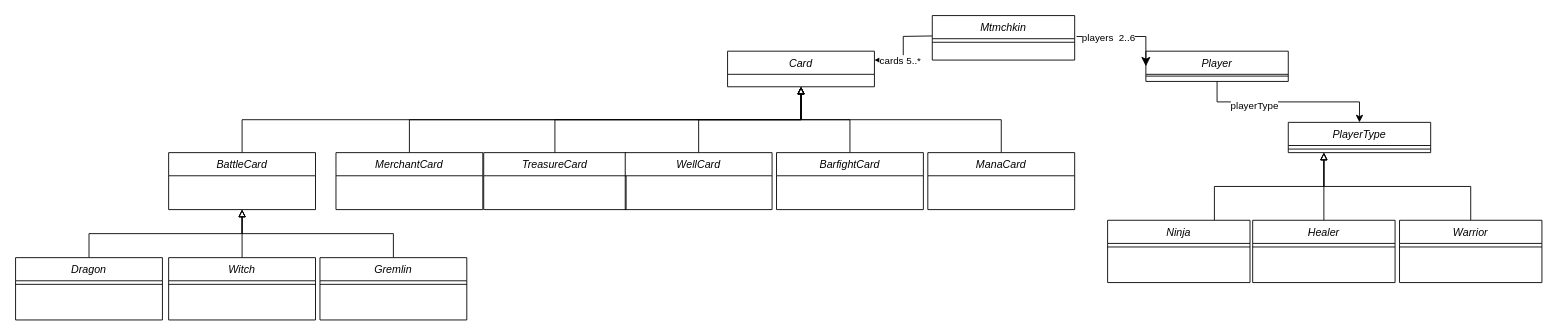
Above: HW4_UML.drawio in bahat/ex4 (draw.io), before the change. Source tidied: cells renumbered, new cells numbered last; positions are measured from the earlier drawing's top-left corner, leaving out a move shared by most shapes. Both pictures are drawn from the tidied source at 89%, with x=0, y=0 at pixel (15, 15).
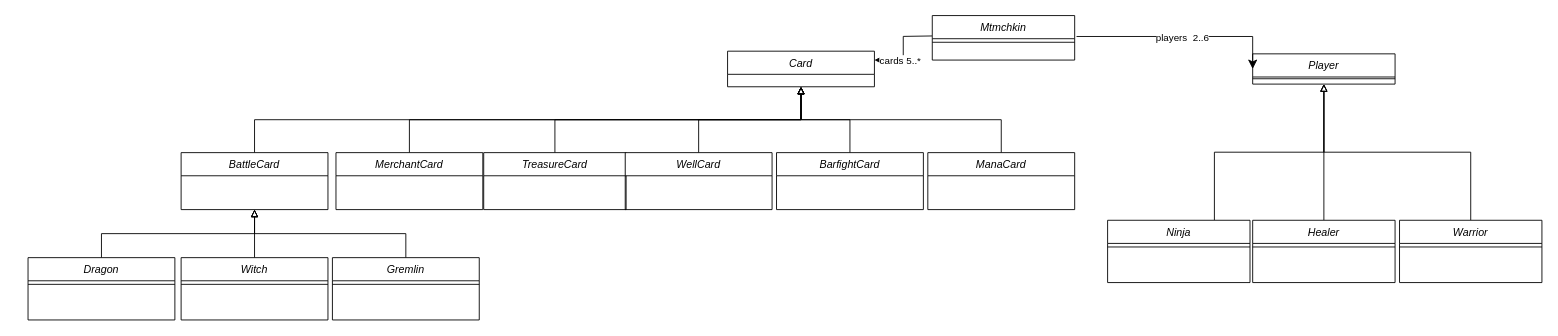
The same diagram, later.

The change refers to these unchanged cells:
```xml
<mxCell id="11" value="Ninja" style="swimlane;fontStyle=2;align=center;verticalAlign=top;horizontal=1;startSize=26;rounded=0;shadow=0;strokeWidth=1;" parent="1" vertex="1">
  <mxGeometry x="1227" y="230" width="160" height="70" as="geometry" />
</mxCell>
<mxCell id="14" value="Healer" style="swimlane;fontStyle=2;align=center;verticalAlign=top;horizontal=1;startSize=26;rounded=0;shadow=0;strokeWidth=1;" parent="1" vertex="1">
  <mxGeometry x="1390" y="230" width="160" height="70" as="geometry" />
</mxCell>
<mxCell id="17" value="Warrior" style="swimlane;fontStyle=2;align=center;verticalAlign=top;horizontal=1;startSize=26;rounded=0;shadow=0;strokeWidth=1;" parent="1" vertex="1">
  <mxGeometry x="1555" y="230" width="160" height="70" as="geometry" />
</mxCell>
```

What changed in the source:
```diff
@@
     <mxCell id="4" value="Player" style="swimlane;fontStyle=2;align=center;verticalAlign=top;horizontal=1;startSize=26;rounded=0;shadow=0;strokeWidth=1;" parent="1" vertex="1">
-      <mxGeometry x="1270" y="40" width="160" height="34" as="geometry" />
+      <mxGeometry x="1390" y="43" width="160" height="34" as="geometry" />
     </mxCell>
@@
-    <mxCell id="6" value="PlayerType" style="swimlane;fontStyle=2;align=center;verticalAlign=top;horizontal=1;startSize=26;rounded=0;shadow=0;strokeWidth=1;" parent="1" vertex="1">
-      <mxGeometry x="1430" y="120" width="160" height="34" as="geometry" />
-    </mxCell>
-    <mxCell id="7" style="line;html=1;strokeWidth=1;align=left;verticalAlign=middle;spacingTop=-1;spacingLeft=3;spacingRight=3;labelPosition=right;" parent="6" vertex="1">
-      <mxGeometry y="26" width="160" height="8" as="geometry" />
-    </mxCell>
@@
-    <mxCell id="10" style="edgeStyle=orthogonalEdgeStyle;rounded=0;jettySize=auto;html=1;exitX=0.75;exitY=0;exitDx=0;exitDy=0;endArrow=block;endFill=0;entryX=0.25;entryY=1;entryDx=0;entryDy=0;" parent="1" edge="1" source="11" target="6">
+    <mxCell id="10" style="edgeStyle=orthogonalEdgeStyle;rounded=0;jettySize=auto;html=1;exitX=0.75;exitY=0;exitDx=0;exitDy=0;endArrow=block;endFill=0;entryX=0.5;entryY=1;entryDx=0;entryDy=0;" parent="1" edge="1" source="11" target="4">
       <mxGeometry relative="1" as="geometry" />
     </mxCell>
@@
-    <mxCell id="13" style="edgeStyle=orthogonalEdgeStyle;rounded=0;jettySize=auto;html=1;exitX=0.5;exitY=0;exitDx=0;exitDy=0;endArrow=block;endFill=0;entryX=0.25;entryY=1;entryDx=0;entryDy=0;" parent="1" edge="1" source="14" target="6">
+    <mxCell id="13" style="edgeStyle=orthogonalEdgeStyle;rounded=0;jettySize=auto;html=1;exitX=0.5;exitY=0;exitDx=0;exitDy=0;endArrow=block;endFill=0;entryX=0.5;entryY=1;entryDx=0;entryDy=0;" parent="1" edge="1" source="14" target="4">
       <mxGeometry relative="1" as="geometry" />
     </mxCell>
@@
-    <mxCell id="16" style="edgeStyle=orthogonalEdgeStyle;rounded=0;jettySize=auto;html=1;exitX=0.5;exitY=0;exitDx=0;exitDy=0;endArrow=block;endFill=0;entryX=0.25;entryY=1;entryDx=0;entryDy=0;" parent="1" edge="1" source="17" target="6">
+    <mxCell id="16" style="edgeStyle=orthogonalEdgeStyle;rounded=0;jettySize=auto;html=1;exitX=0.5;exitY=0;exitDx=0;exitDy=0;endArrow=block;endFill=0;entryX=0.5;entryY=1;entryDx=0;entryDy=0;" parent="1" edge="1" source="17" target="4">
       <mxGeometry relative="1" as="geometry" />
     </mxCell>
@@
-    <mxCell id="19" style="edgeStyle=orthogonalEdgeStyle;rounded=0;jettySize=auto;html=1;exitX=0.5;exitY=1;exitDx=0;exitDy=0;entryX=0.5;entryY=0;entryDx=0;entryDy=0;endArrow=classic;endFill=1;" parent="1" edge="1" source="4" target="6">
-      <mxGeometry relative="1" as="geometry" />
-    </mxCell>
-    <mxCell id="20" value="playerType" style="edgeLabel;html=1;align=center;verticalAlign=middle;" parent="19" vertex="1">
-      <mxGeometry x="-0.36" y="2" relative="1" as="geometry">
-        <mxPoint x="-2" y="5" as="offset" />
-      </mxGeometry>
-    </mxCell>
@@
     <mxCell id="23" value="Dragon" style="swimlane;fontStyle=2;align=center;verticalAlign=top;horizontal=1;startSize=26;rounded=0;shadow=0;strokeWidth=1;" parent="1" vertex="1">
-      <mxGeometry y="272" width="165" height="70" as="geometry" />
+      <mxGeometry x="14" y="272" width="165" height="70" as="geometry" />
     </mxCell>
@@
     <mxCell id="26" value="BattleCard" style="swimlane;fontStyle=2;align=center;verticalAlign=top;horizontal=1;startSize=26;rounded=0;shadow=0;strokeWidth=1;" parent="1" vertex="1">
-      <mxGeometry x="172" y="154" width="165" height="64" as="geometry" />
+      <mxGeometry x="186" y="154" width="165" height="64" as="geometry" />
     </mxCell>
@@
     <mxCell id="38" value="Witch" style="swimlane;fontStyle=2;align=center;verticalAlign=top;horizontal=1;startSize=26;rounded=0;shadow=0;strokeWidth=1;" parent="1" vertex="1">
-      <mxGeometry x="172" y="272" width="165" height="70" as="geometry" />
+      <mxGeometry x="186" y="272" width="165" height="70" as="geometry" />
     </mxCell>
@@
     <mxCell id="41" value="Gremlin" style="swimlane;fontStyle=2;align=center;verticalAlign=top;horizontal=1;startSize=26;rounded=0;shadow=0;strokeWidth=1;" parent="1" vertex="1">
-      <mxGeometry x="342" y="272" width="165" height="70" as="geometry" />
+      <mxGeometry x="356" y="272" width="165" height="70" as="geometry" />
     </mxCell>
```
